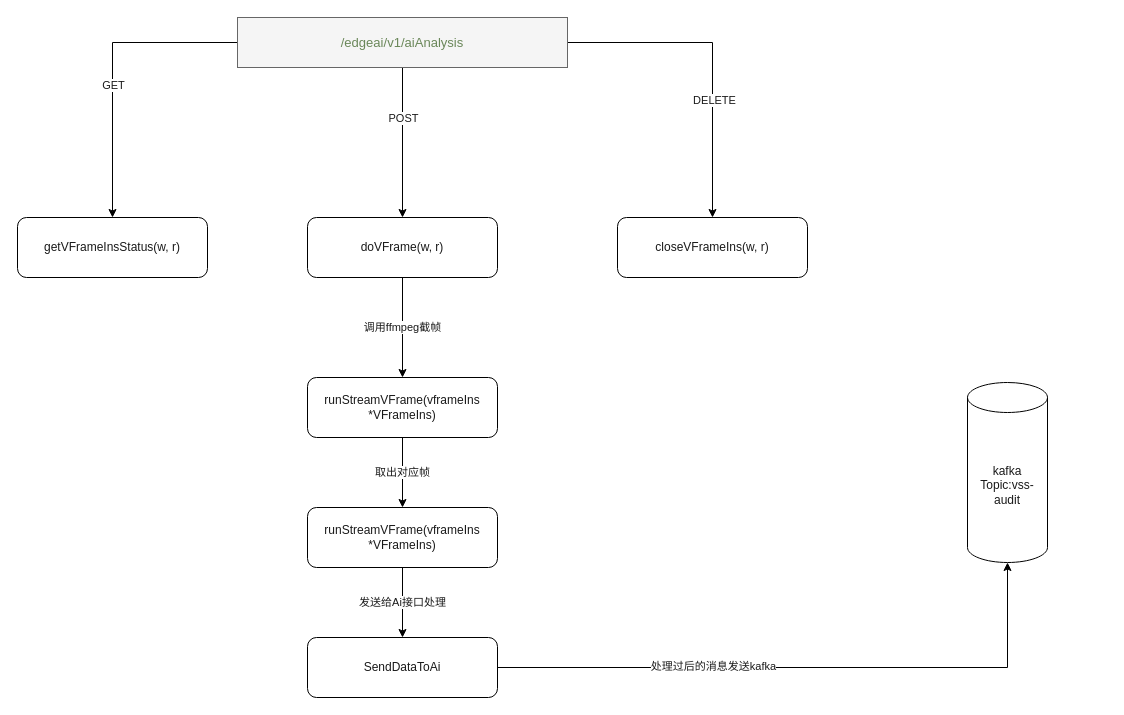
Above: Vss Analysis Diagram.drawio in lingpengzhou/diagrams.io (draw.io), before the change. Source tidied: cells renumbered, new cells numbered last; positions are measured from the earlier drawing's top-left corner, leaving out a move shared by most shapes. Both pictures are drawn from the tidied source at 100%, with x=0, y=0 at pixel (17, 17).
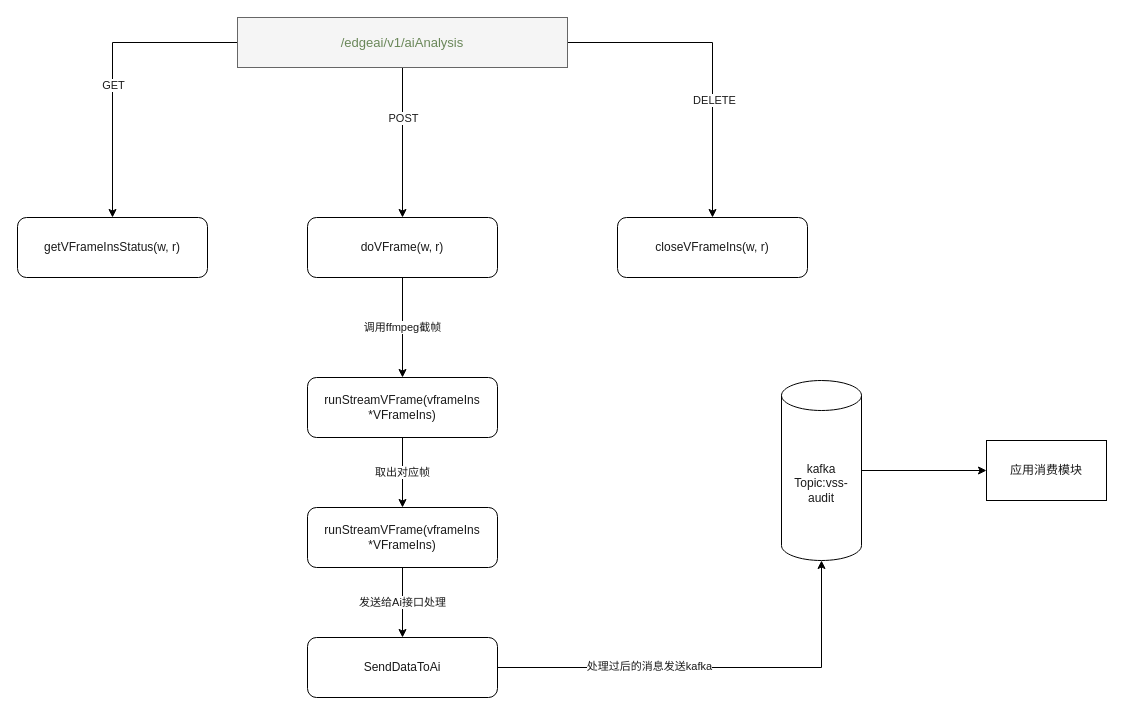
The same diagram, later.

Diff of the diagram source:
```diff
@@
+    <mxCell id="21" style="edgeStyle=orthogonalEdgeStyle;rounded=0;jettySize=auto;html=1;exitX=1;exitY=0.5;exitDx=0;exitDy=0;exitPerimeter=0;entryX=0;entryY=0.5;entryDx=0;entryDy=0;fontColor=#1A1A1A;" parent="1" edge="1" source="20" target="22">
+      <mxGeometry relative="1" as="geometry" />
+    </mxCell>
     <mxCell id="20" value="kafka&lt;br&gt;Topic:vss-audit" style="shape=cylinder3;whiteSpace=wrap;html=1;boundedLbl=1;backgroundOutline=1;size=15;fontColor=#1A1A1A;" parent="1" vertex="1">
-      <mxGeometry x="950" y="365" width="80" height="180" as="geometry" />
+      <mxGeometry x="764" y="363" width="80" height="180" as="geometry" />
     </mxCell>
+    <mxCell id="22" value="应用消费模块" style="rounded=0;whiteSpace=wrap;html=1;fontColor=#1A1A1A;" parent="1" vertex="1">
+      <mxGeometry x="969" y="423" width="120" height="60" as="geometry" />
+    </mxCell>
```
